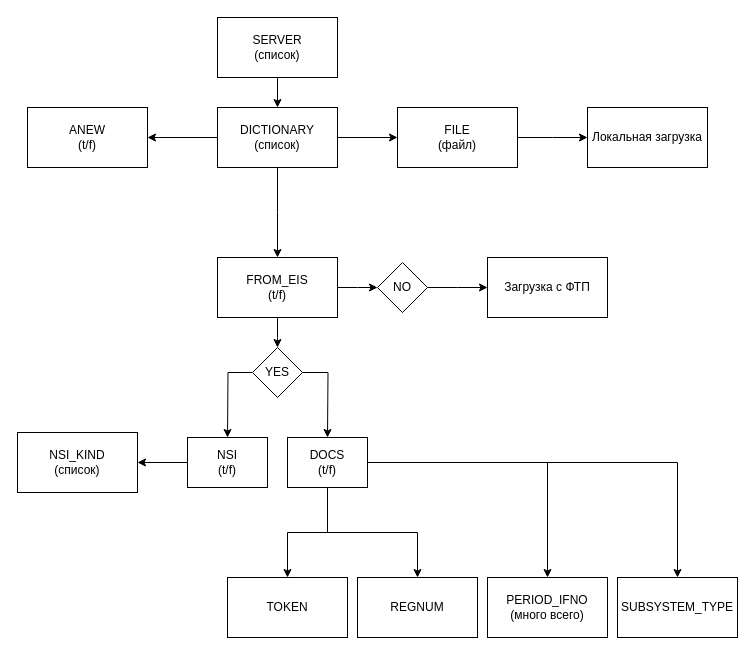
The draw.io diagram JenkinsLoadLogics.drawio in YaroslavMestkovsky/EIS_upload, before the edit. Source tidied: cells renumbered, new cells numbered last; positions are measured from the earlier drawing's top-left corner, leaving out a move shared by most shapes. Both pictures are drawn from the tidied source at 100%, with x=0, y=0 at pixel (17, 17).
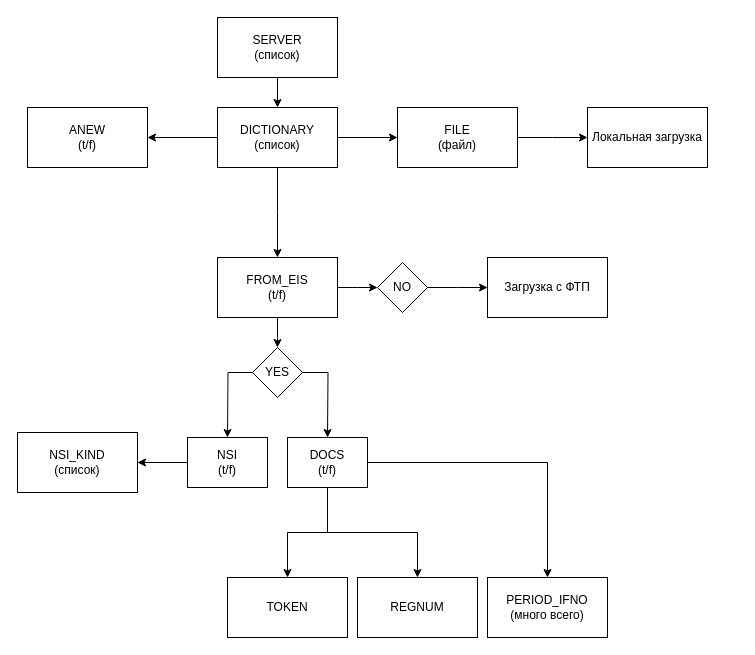
The same diagram, later.

The change refers to these unchanged cells:
```xml
<mxCell id="27" value="DOCS&lt;div&gt;(t/f)&lt;/div&gt;" style="whiteSpace=wrap;html=1;" parent="1" vertex="1">
  <mxGeometry x="270" y="420" width="80" height="50" as="geometry" />
</mxCell>
```

Diff of the diagram source:
```diff
@@
-    <mxCell id="24" style="edgeStyle=orthogonalEdgeStyle;rounded=0;jettySize=auto;html=1;entryX=0.5;entryY=0;entryDx=0;entryDy=0;" parent="1" edge="1" source="27" target="32">
-      <mxGeometry relative="1" as="geometry" />
-    </mxCell>
@@
-    <mxCell id="32" value="SUBSYSTEM_TYPE" style="whiteSpace=wrap;html=1;" parent="1" vertex="1">
-      <mxGeometry x="600" y="560" width="120" height="60" as="geometry" />
-    </mxCell>
```
